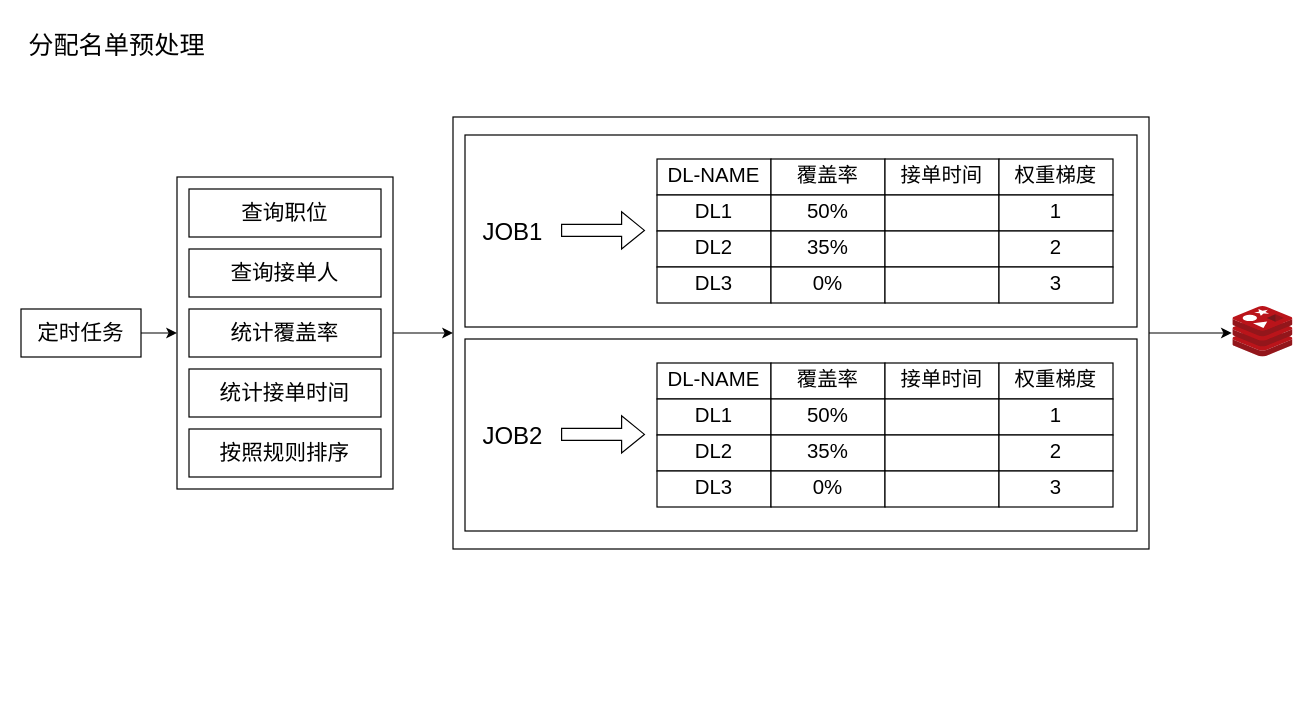
LuOyEbY/draw-b keeps this draw.io diagram as 推荐分配算法优化.drawio. Above is the earlier version. Source tidied: cells renumbered, new cells numbered last; positions are measured from the earlier drawing's top-left corner, leaving out a move shared by most shapes. Both pictures are drawn from the tidied source at 120%, with x=0, y=0 at pixel (20, 20).
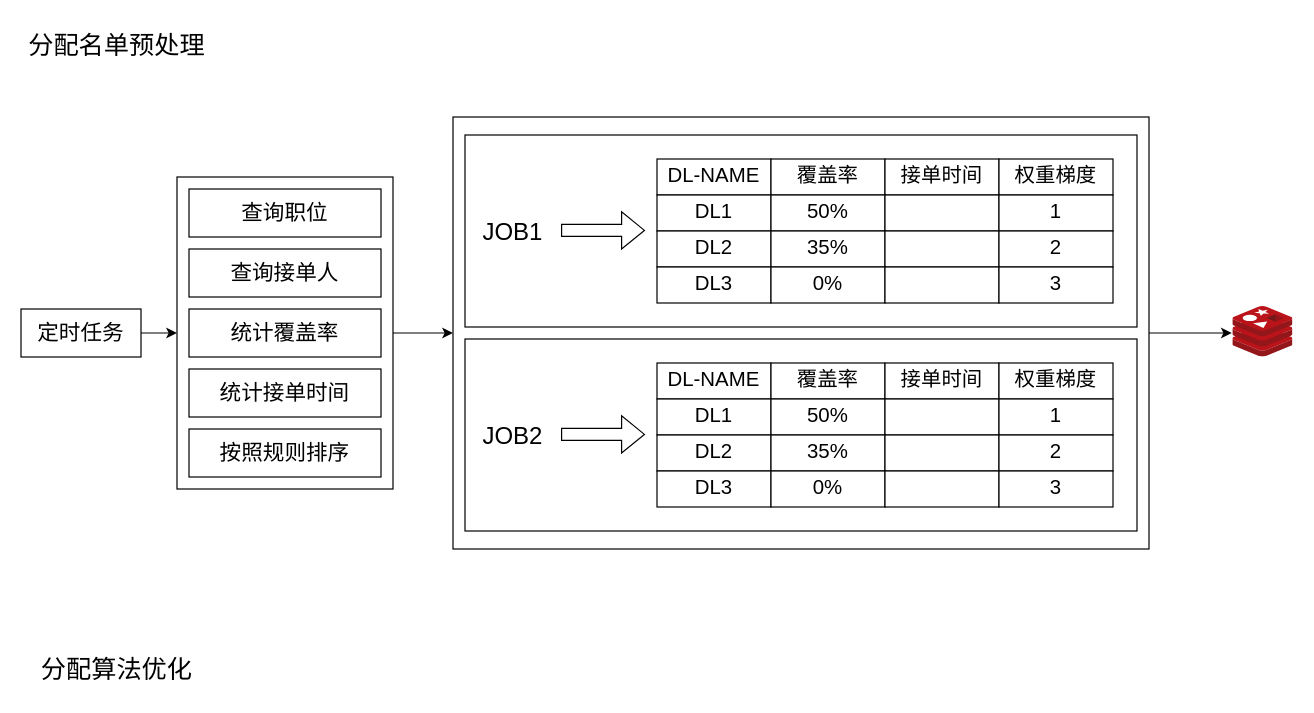
The same page after the edit.

Commit message (it also covers changes not shown here):
更新推荐分配算法优化.drawio

The edit, as a diff of the source:
```diff
@@
+    <mxCell id="58" value="分配算法优化" style="text;html=1;strokeColor=none;fillColor=none;align=center;verticalAlign=middle;whiteSpace=wrap;rounded=0;fontSize=21;" parent="1" vertex="1">
+      <mxGeometry y="520" width="160" height="40" as="geometry" />
+    </mxCell>
```
